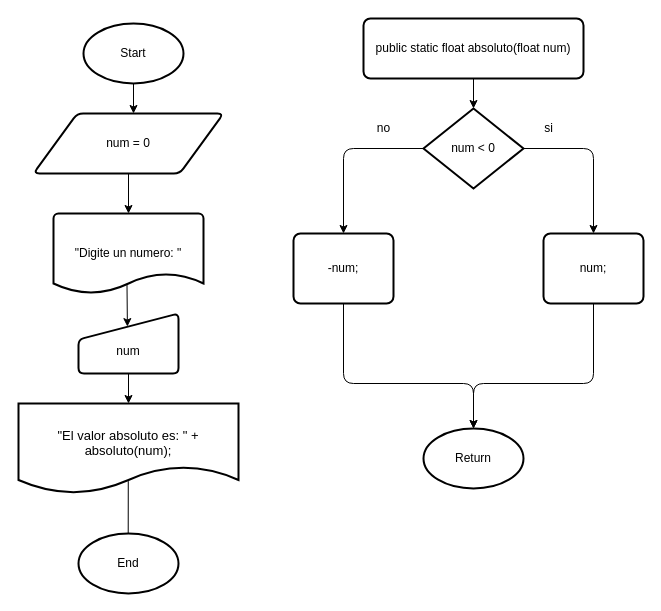
This is DeterminarValorAbsolutoDeUnNumero.drawio from AnthonyLozadaAlexander/DiagramaDeFlujos, a draw.io file, before an edit. Source tidied: cells renumbered, new cells numbered last; positions are measured from the earlier drawing's top-left corner, leaving out a move shared by most shapes. Both pictures are drawn from the tidied source at 100%, with x=0, y=0 at pixel (18, 18).
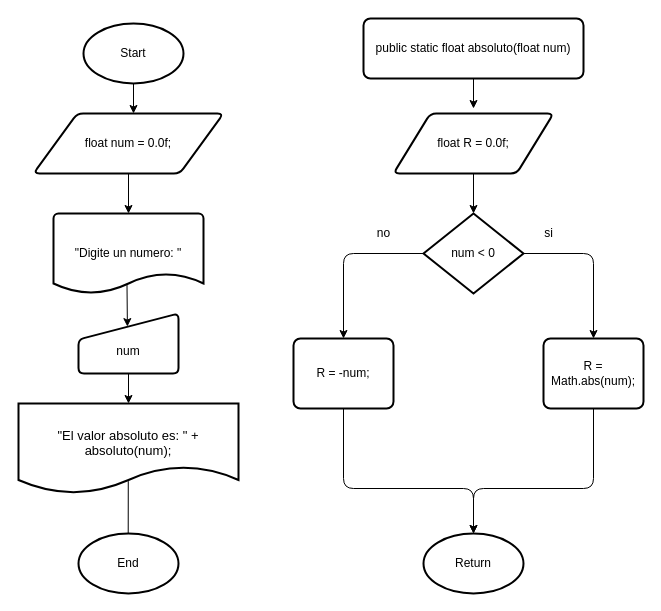
The same page after the edit.

Commit message:
Actualizar diagrama de flujo para determinar el valor absoluto de un número, añadiendo inicialización de variable y ajustando posiciones de nodos.

The edit, as a diff of the source:
```diff
@@
-    <mxCell id="4" value="num = 0" style="shape=parallelogram;html=1;strokeWidth=2;perimeter=parallelogramPerimeter;whiteSpace=wrap;rounded=1;arcSize=12;size=0.23;" parent="1" vertex="1">
+    <mxCell id="4" value="float num = 0.0f;" style="shape=parallelogram;html=1;strokeWidth=2;perimeter=parallelogramPerimeter;whiteSpace=wrap;rounded=1;arcSize=12;size=0.23;" parent="1" vertex="1">
       <mxGeometry x="15" y="95" width="190" height="60" as="geometry" />
     </mxCell>
@@
     <mxCell id="12" value="Return" style="strokeWidth=2;html=1;shape=mxgraph.flowchart.start_1;whiteSpace=wrap;" parent="1" vertex="1">
-      <mxGeometry x="405" y="410" width="100" height="60" as="geometry" />
+      <mxGeometry x="405" y="515" width="100" height="60" as="geometry" />
     </mxCell>
@@
     <mxCell id="16" style="edgeStyle=none;html=1;exitX=0;exitY=0.5;exitDx=0;exitDy=0;exitPerimeter=0;" parent="1" edge="1" source="18">
       <mxGeometry relative="1" as="geometry">
-        <mxPoint x="325" y="215" as="targetPoint" />
+        <mxPoint x="325" y="320" as="targetPoint" />
         <Array as="points">
-          <mxPoint x="325" y="130" />
+          <mxPoint x="325" y="235" />
         </Array>
       </mxGeometry>
     </mxCell>
     <mxCell id="17" style="edgeStyle=none;html=1;exitX=1;exitY=0.5;exitDx=0;exitDy=0;exitPerimeter=0;" parent="1" edge="1" source="18">
       <mxGeometry relative="1" as="geometry">
-        <mxPoint x="575" y="215" as="targetPoint" />
+        <mxPoint x="575" y="320" as="targetPoint" />
         <Array as="points">
-          <mxPoint x="575" y="130" />
+          <mxPoint x="575" y="235" />
         </Array>
       </mxGeometry>
     </mxCell>
     <mxCell id="18" value="num &amp;lt; 0" style="strokeWidth=2;html=1;shape=mxgraph.flowchart.decision;whiteSpace=wrap;" parent="1" vertex="1">
-      <mxGeometry x="405" y="90" width="100" height="80" as="geometry" />
+      <mxGeometry x="405" y="195" width="100" height="80" as="geometry" />
     </mxCell>
     <mxCell id="19" value="si" style="text;html=1;align=center;verticalAlign=middle;strokeColor=none;fillColor=none;" parent="1" vertex="1">
-      <mxGeometry x="515" y="95" width="30" height="30" as="geometry" />
+      <mxGeometry x="515" y="200" width="30" height="30" as="geometry" />
     </mxCell>
     <mxCell id="20" value="no" style="text;html=1;align=center;verticalAlign=middle;strokeColor=none;fillColor=none;" parent="1" vertex="1">
-      <mxGeometry x="345" y="95" width="40" height="30" as="geometry" />
+      <mxGeometry x="345" y="200" width="40" height="30" as="geometry" />
     </mxCell>
-    <mxCell id="21" value="-num;" style="rounded=1;whiteSpace=wrap;html=1;absoluteArcSize=1;arcSize=14;strokeWidth=2;" parent="1" vertex="1">
-      <mxGeometry x="275" y="215" width="100" height="70" as="geometry" />
+    <mxCell id="21" value="R = -num;" style="rounded=1;whiteSpace=wrap;html=1;absoluteArcSize=1;arcSize=14;strokeWidth=2;" parent="1" vertex="1">
+      <mxGeometry x="275" y="320" width="100" height="70" as="geometry" />
     </mxCell>
-    <mxCell id="22" value="num;" style="rounded=1;whiteSpace=wrap;html=1;absoluteArcSize=1;arcSize=14;strokeWidth=2;" parent="1" vertex="1">
-      <mxGeometry x="525" y="215" width="100" height="70" as="geometry" />
+    <mxCell id="22" value="R = Math.abs(num);" style="rounded=1;whiteSpace=wrap;html=1;absoluteArcSize=1;arcSize=14;strokeWidth=2;" parent="1" vertex="1">
+      <mxGeometry x="525" y="320" width="100" height="70" as="geometry" />
     </mxCell>
     <mxCell id="23" style="edgeStyle=none;html=1;entryX=0.5;entryY=0;entryDx=0;entryDy=0;entryPerimeter=0;exitX=0.5;exitY=1;exitDx=0;exitDy=0;" parent="1" edge="1" source="21" target="12">
       <mxGeometry relative="1" as="geometry">
         <Array as="points">
-          <mxPoint x="325" y="365" />
-          <mxPoint x="455" y="365" />
+          <mxPoint x="325" y="470" />
+          <mxPoint x="455" y="470" />
         </Array>
       </mxGeometry>
     </mxCell>
     <mxCell id="24" style="edgeStyle=none;html=1;entryX=0.5;entryY=0;entryDx=0;entryDy=0;entryPerimeter=0;" parent="1" edge="1" source="22" target="12">
       <mxGeometry relative="1" as="geometry">
         <Array as="points">
-          <mxPoint x="575" y="365" />
-          <mxPoint x="455" y="365" />
+          <mxPoint x="575" y="470" />
+          <mxPoint x="455" y="470" />
         </Array>
       </mxGeometry>
     </mxCell>
+    <mxCell id="25" value="float R = 0.0f;" style="shape=parallelogram;html=1;strokeWidth=2;perimeter=parallelogramPerimeter;whiteSpace=wrap;rounded=1;arcSize=12;size=0.23;" parent="1" vertex="1">
+      <mxGeometry x="375" y="95" width="160" height="60" as="geometry" />
+    </mxCell>
+    <mxCell id="26" style="edgeStyle=none;html=1;entryX=0.5;entryY=0;entryDx=0;entryDy=0;entryPerimeter=0;" parent="1" edge="1" source="25" target="18">
+      <mxGeometry relative="1" as="geometry" />
+    </mxCell>
```
